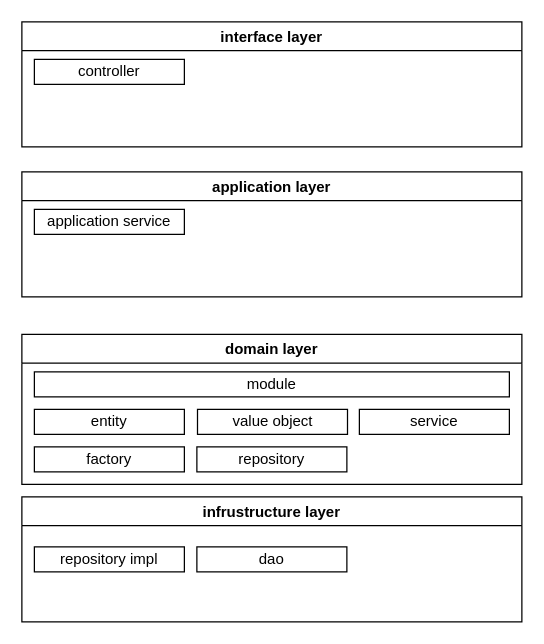
Above: ddd/四层架构.drawio in SouthWindYin/learning-notes (draw.io), before the change. Source tidied: cells renumbered, new cells numbered last; positions are measured from the earlier drawing's top-left corner, leaving out a move shared by most shapes. Both pictures are drawn from the tidied source at 125%, with x=0, y=0 at pixel (21, 21).
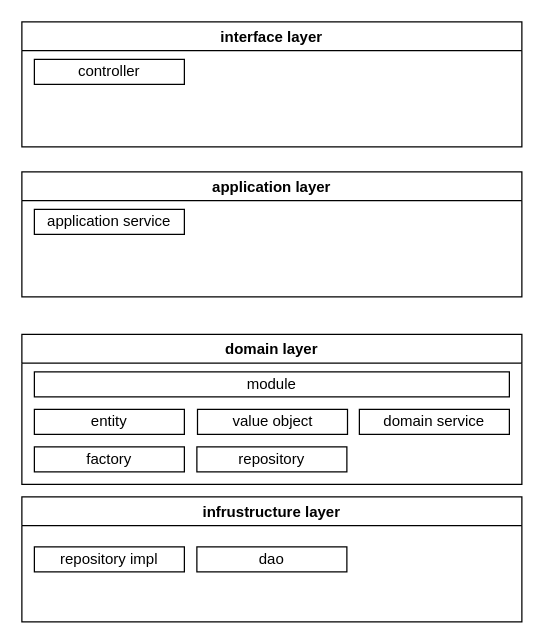
The same page after the edit.

What changed in the source:
```diff
@@
 <mxGraphModel>
   <root>
     <mxCell id="0" />
     <mxCell id="1" parent="0" />
     <mxCell id="2" value="domain layer" style="swimlane;strokeWidth=1;fillColor=none;sketch=0;" parent="1" vertex="1">
       <mxGeometry y="250" width="400" height="120" as="geometry" />
     </mxCell>
     <mxCell id="3" value="factory" style="rounded=0;whiteSpace=wrap;html=1;" parent="2" vertex="1">
       <mxGeometry x="10" y="90" width="120" height="20" as="geometry" />
     </mxCell>
     <mxCell id="4" value="repository" style="rounded=0;whiteSpace=wrap;html=1;" parent="2" vertex="1">
       <mxGeometry x="140" y="90" width="120" height="20" as="geometry" />
     </mxCell>
-    <mxCell id="5" value="service" style="rounded=0;whiteSpace=wrap;html=1;" parent="2" vertex="1">
+    <mxCell id="5" value="domain service" style="rounded=0;whiteSpace=wrap;html=1;" parent="2" vertex="1">
       <mxGeometry x="270" y="60" width="120" height="20" as="geometry" />
     </mxCell>
     <mxCell id="6" value="value object" style="rounded=0;whiteSpace=wrap;html=1;" parent="2" vertex="1">
       <mxGeometry x="140.5" y="60" width="120" height="20" as="geometry" />
     </mxCell>
     <mxCell id="7" value="module" style="rounded=0;whiteSpace=wrap;html=1;" parent="2" vertex="1">
       <mxGeometry x="10" y="30" width="380" height="20" as="geometry" />
     </mxCell>
     <mxCell id="8" value="entity" style="rounded=0;whiteSpace=wrap;html=1;" parent="2" vertex="1">
       <mxGeometry x="10" y="60" width="120" height="20" as="geometry" />
     </mxCell>
     <mxCell id="9" value="application layer" style="swimlane;strokeWidth=1;fillColor=none;" parent="1" vertex="1">
       <mxGeometry y="120" width="400" height="100" as="geometry" />
     </mxCell>
     <mxCell id="10" value="application service" style="rounded=0;whiteSpace=wrap;html=1;" parent="9" vertex="1">
       <mxGeometry x="10" y="30" width="120" height="20" as="geometry" />
     </mxCell>
     <mxCell id="11" value="infrustructure layer" style="swimlane;strokeWidth=1;fillColor=none;" parent="1" vertex="1">
       <mxGeometry y="380" width="400" height="100" as="geometry" />
     </mxCell>
     <mxCell id="12" value="repository impl" style="rounded=0;whiteSpace=wrap;html=1;" parent="11" vertex="1">
       <mxGeometry x="10" y="40" width="120" height="20" as="geometry" />
     </mxCell>
     <mxCell id="13" value="dao" style="rounded=0;whiteSpace=wrap;html=1;" parent="11" vertex="1">
       <mxGeometry x="140" y="40" width="120" height="20" as="geometry" />
     </mxCell>
     <mxCell id="14" value="interface layer" style="swimlane;strokeWidth=1;fillColor=none;" parent="1" vertex="1">
       <mxGeometry width="400" height="100" as="geometry" />
     </mxCell>
     <mxCell id="15" value="controller" style="rounded=0;whiteSpace=wrap;html=1;" parent="14" vertex="1">
       <mxGeometry x="10" y="30" width="120" height="20" as="geometry" />
     </mxCell>
   </root>
 </mxGraphModel>
```
